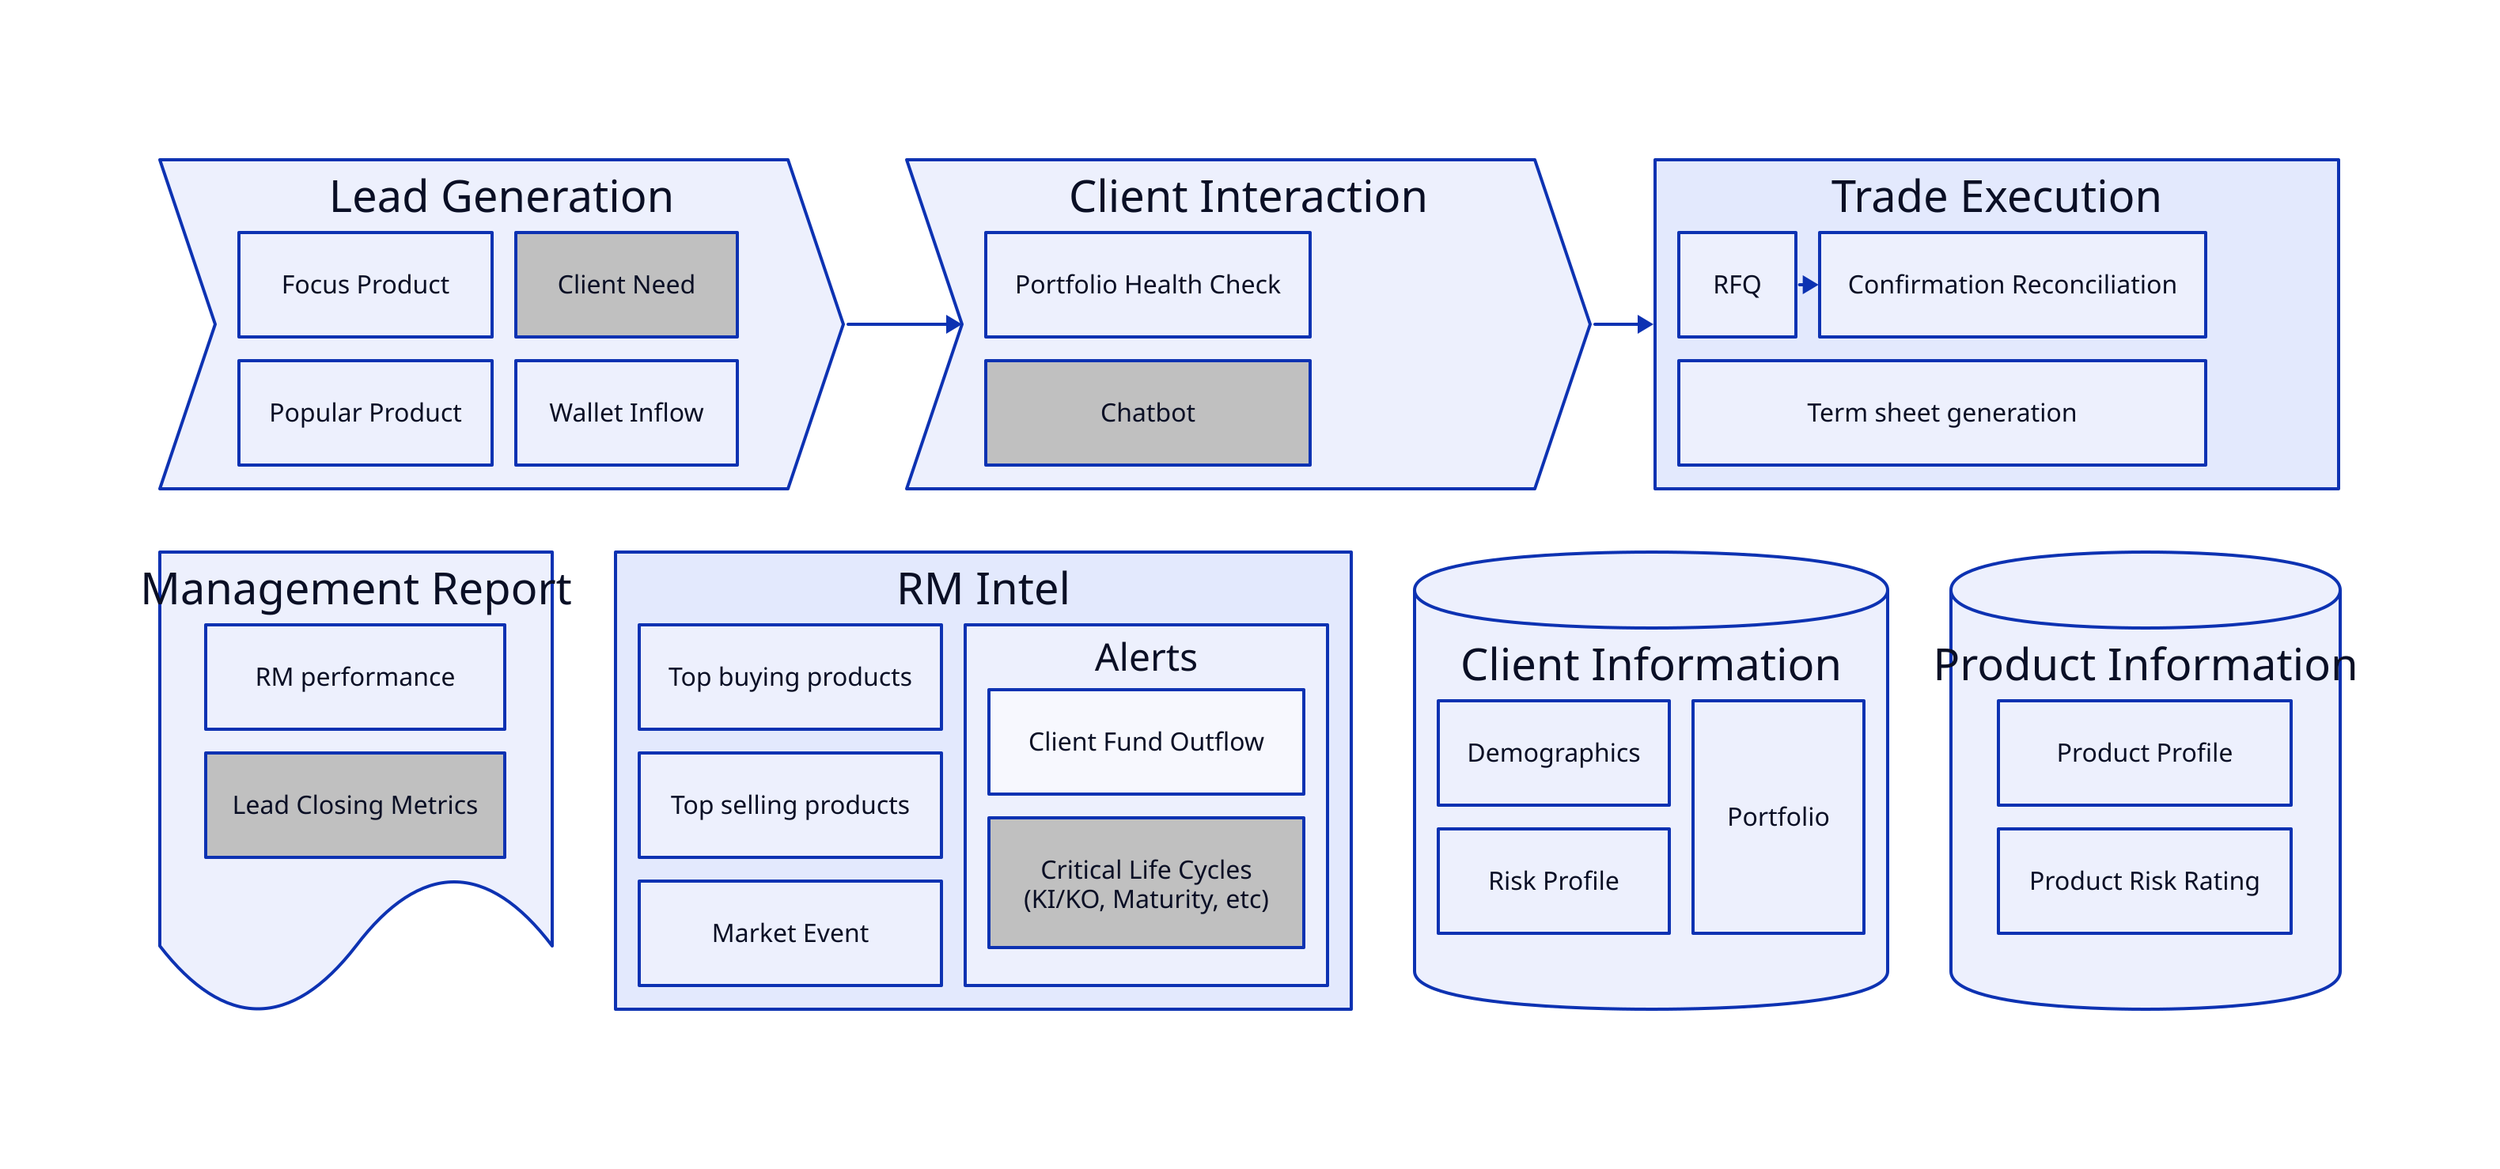
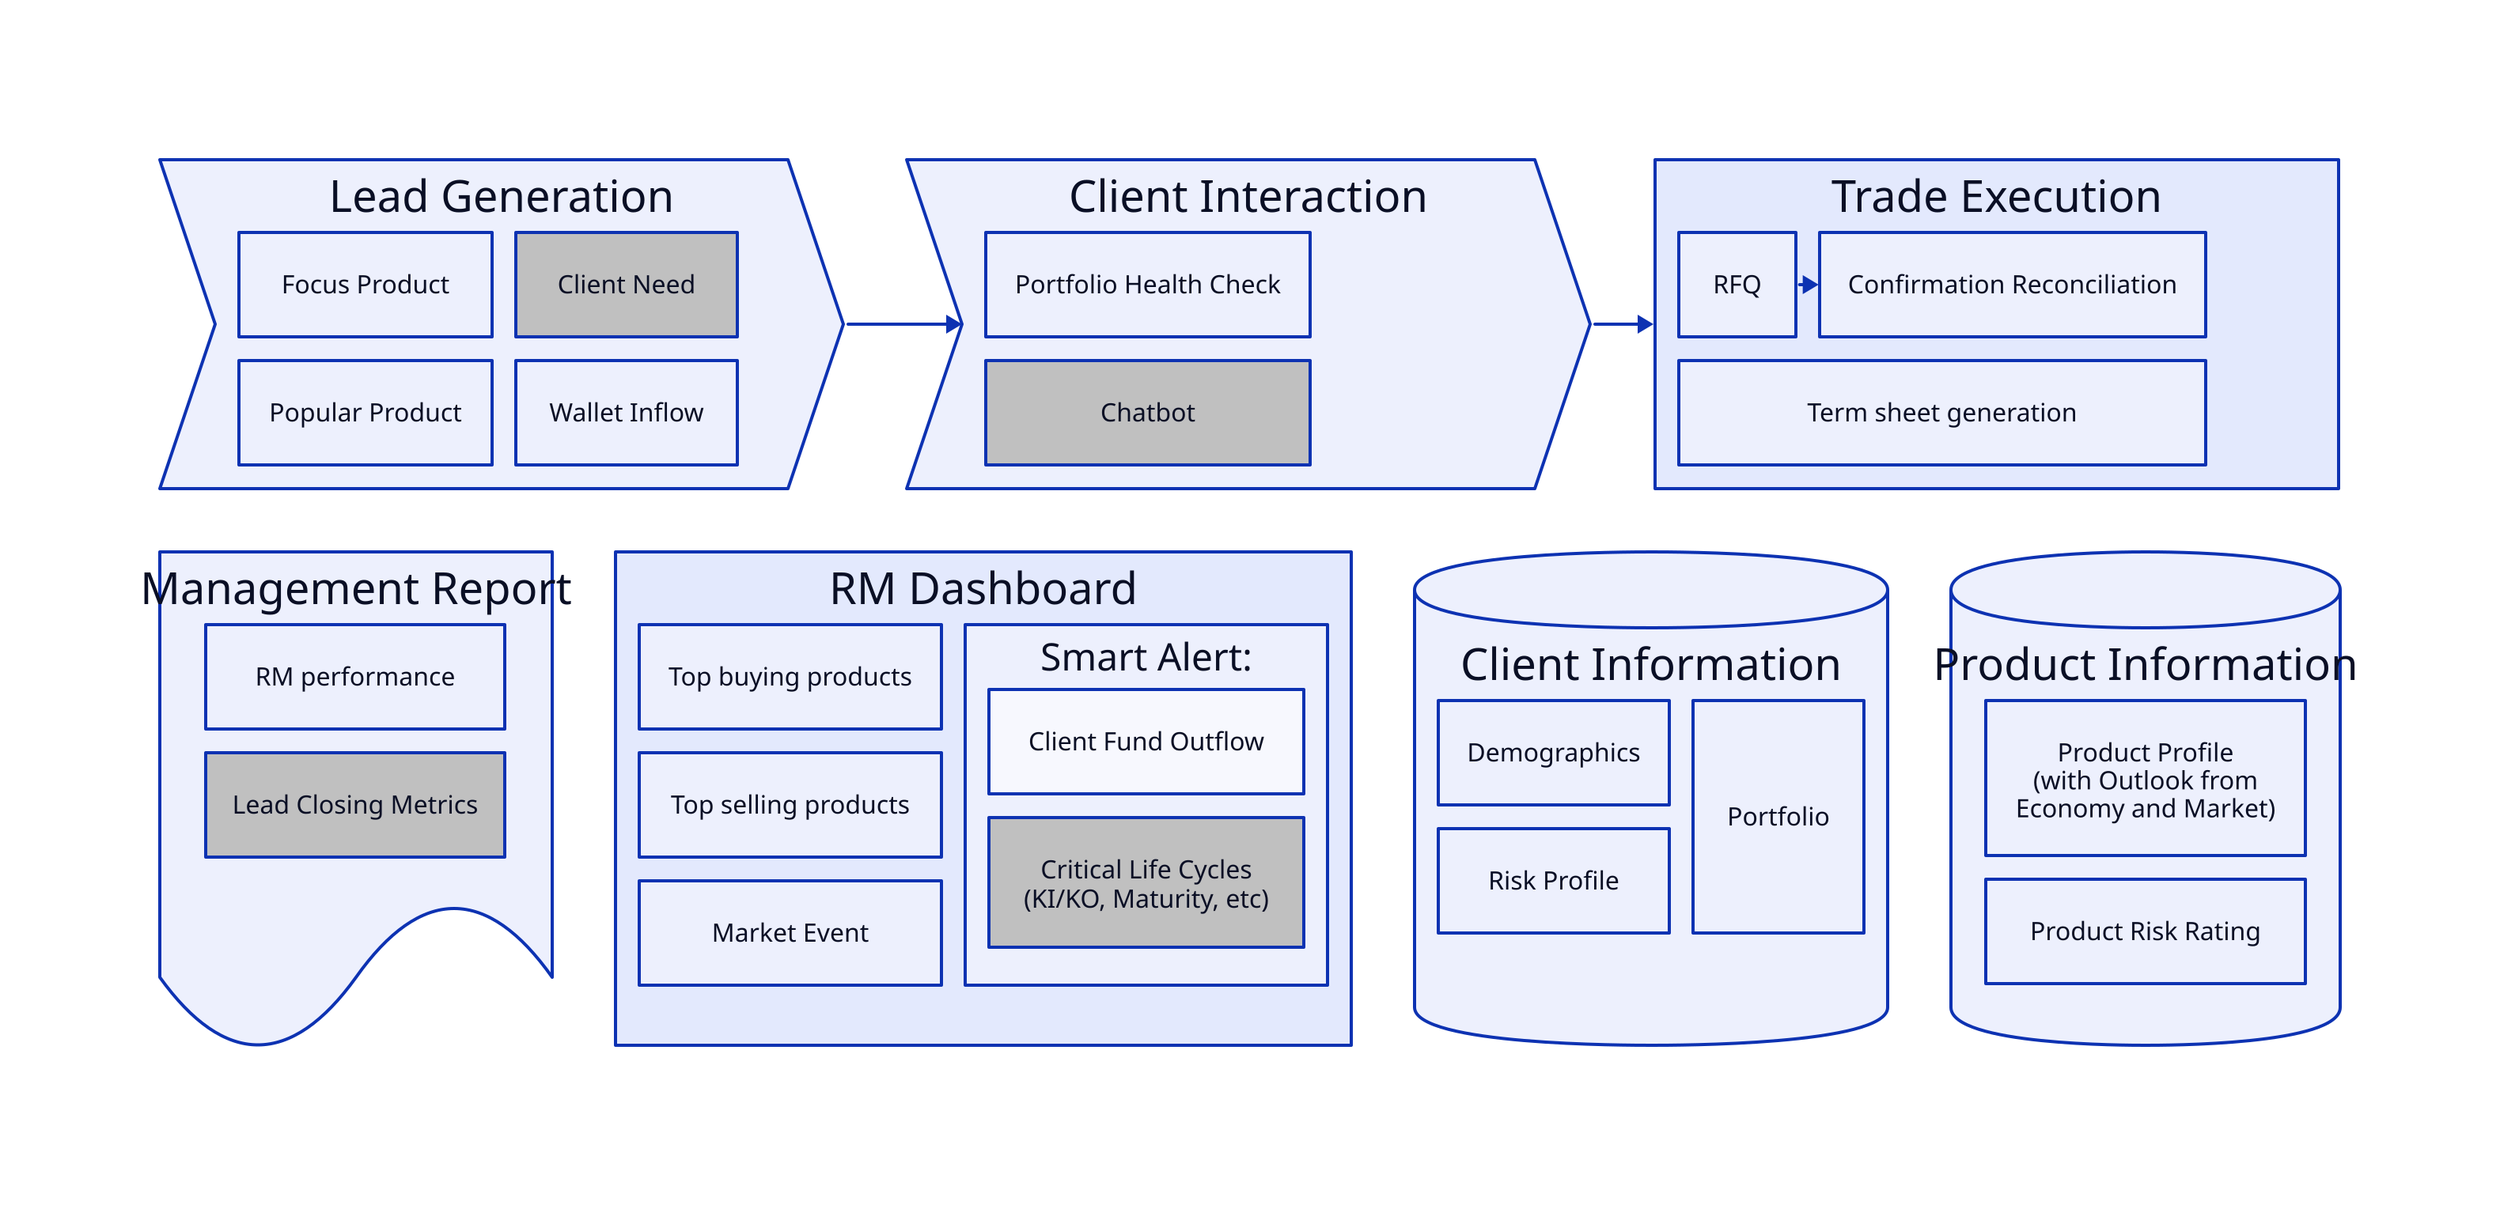
vars: {
  d2-config: {
    # layout-engine: elk
    # Terminal theme code
    theme-id: 1
  }
}

# grid-columns: 3
grid-rows: 2

lg: Lead Generation {
    shape: step
    grid-columns: 2
    grid-gap: 15
    Focus Product; Popular Product
    Client Need; Wallet Inflow
    Client Need.style.fill: silver

}

client_int: Client Interaction {
    shape: step
    grid-gap: 15
    grid-rows: 2
    Portfolio Health Check
    Chatbot
    Chatbot.style.fill: silver
}

execution: Trade Execution {
    grid-gap: 15
    grid-rows: 2
    # grid-columns: 3
    RFQ;
    confo: Confirmation Reconciliation
    RFQ -> confo
    tsg: Term sheet generation
}

lg -> client_int -> execution

management: Management Report {
    grid-gap: 15
    grid-rows: 2
    shape: document
    RM performance
    lcm: Lead Closing Metrics
    lcm.style.fill: silver
}

- rm: RM Intel {
+ rm: RM Dashboard {
    grid-gap: 15
    grid-columns: 2
    # grid-rows: 2
    Top buying products;
    Top selling products;
    Market Event;
-     Alerts: {
+     alert: Smart Alert: {
        grid-rows: 2
        grid-gap: 15
        Client Fund Outflow;
        clc:Critical Life Cycles\n (KI/KO, Maturity, etc);
        clc.style.fill: silver
    }
}

client_info: Client Information {
    shape: cylinder
    grid-gap: 15
    grid-columns: 2
    Demographics
    Risk Profile
    Portfolio
}

product: Product Information {
    shape: cylinder
    grid-gap: 15
    grid-columns: 1
-     Product Profile;
+     Product Profile\n(with Outlook from\n Economy and Market);
    Product Risk Rating
}

